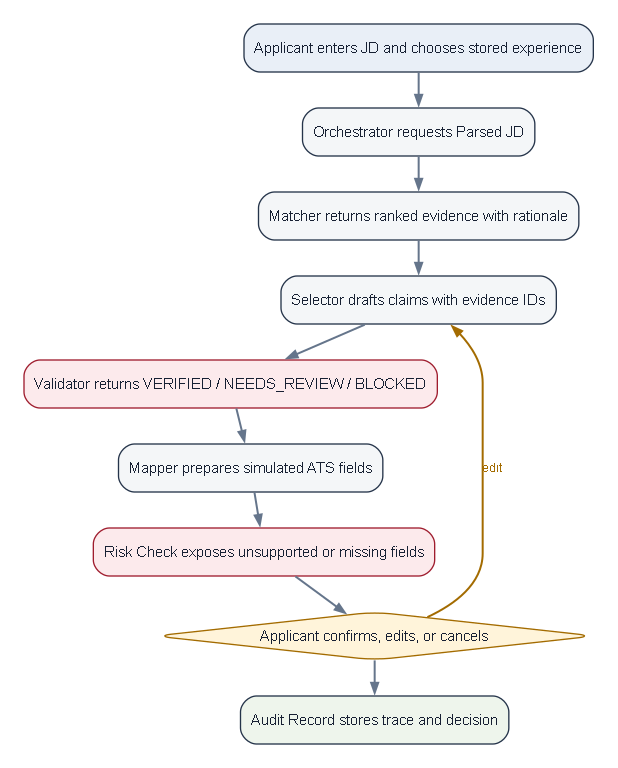
Earlier version of the Graphviz export docs/diagrams/sequence.png (yinzzzzz007-code/applyguard). Its source is kept beside it as docs/diagrams/sequence.dot. Its diagram source:
```dot
digraph Sequence {
  graph [rankdir=TB, bgcolor="#FFFFFF", pad="0.25", nodesep="0.3", ranksep="0.35", fontname="Arial"];
  node [shape=box, style="rounded,filled", fontname="Arial", fontsize=11, color="#25344A", fillcolor="#F4F6F8", fontcolor="#172033"];
  edge [color="#65758B", penwidth=1.5, arrowsize=0.75, fontname="Arial", fontsize=10];
  start [label="Applicant enters JD and chooses stored experience", fillcolor="#E9EFF7"];
  parse [label="Orchestrator requests Parsed JD"];
  match [label="Matcher returns ranked evidence with rationale"];
  draft [label="Selector drafts claims with evidence IDs"];
  verify [label="Validator returns VERIFIED / NEEDS_REVIEW / BLOCKED", fillcolor="#FCEAEC", color="#9F1D2E"];
  map [label="Mapper prepares simulated ATS fields"];
  check [label="Risk Check exposes unsupported or missing fields", fillcolor="#FCEAEC", color="#9F1D2E"];
  decision [label="Applicant confirms, edits, or cancels", shape=diamond, fillcolor="#FFF4DA", color="#A36B00"];
  audit [label="Audit Record stores trace and decision", fillcolor="#EEF5EC"];
  start -> parse -> match -> draft -> verify -> map -> check -> decision -> audit;
  decision -> draft [label="edit", color="#A36B00", fontcolor="#A36B00"];
}
```
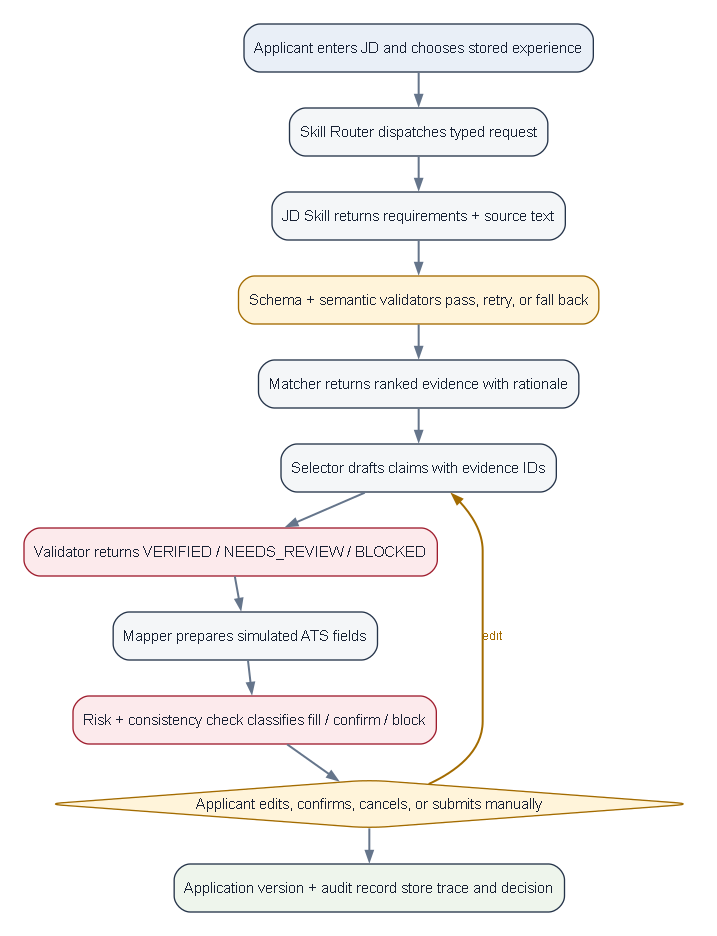
After the change.

Diff of the diagram source:
```diff
@@ -3,14 +3,16 @@
   node [shape=box, style="rounded,filled", fontname="Arial", fontsize=11, color="#25344A", fillcolor="#F4F6F8", fontcolor="#172033"];
   edge [color="#65758B", penwidth=1.5, arrowsize=0.75, fontname="Arial", fontsize=10];
   start [label="Applicant enters JD and chooses stored experience", fillcolor="#E9EFF7"];
-  parse [label="Orchestrator requests Parsed JD"];
+  route [label="Skill Router dispatches typed request"];
+  parse [label="JD Skill returns requirements + source text"];
+  validate [label="Schema + semantic validators pass, retry, or fall back", fillcolor="#FFF4DA", color="#A36B00"];
   match [label="Matcher returns ranked evidence with rationale"];
   draft [label="Selector drafts claims with evidence IDs"];
   verify [label="Validator returns VERIFIED / NEEDS_REVIEW / BLOCKED", fillcolor="#FCEAEC", color="#9F1D2E"];
   map [label="Mapper prepares simulated ATS fields"];
-  check [label="Risk Check exposes unsupported or missing fields", fillcolor="#FCEAEC", color="#9F1D2E"];
-  decision [label="Applicant confirms, edits, or cancels", shape=diamond, fillcolor="#FFF4DA", color="#A36B00"];
-  audit [label="Audit Record stores trace and decision", fillcolor="#EEF5EC"];
-  start -> parse -> match -> draft -> verify -> map -> check -> decision -> audit;
+  check [label="Risk + consistency check classifies fill / confirm / block", fillcolor="#FCEAEC", color="#9F1D2E"];
+  decision [label="Applicant edits, confirms, cancels, or submits manually", shape=diamond, fillcolor="#FFF4DA", color="#A36B00"];
+  audit [label="Application version + audit record store trace and decision", fillcolor="#EEF5EC"];
+  start -> route -> parse -> validate -> match -> draft -> verify -> map -> check -> decision -> audit;
   decision -> draft [label="edit", color="#A36B00", fontcolor="#A36B00"];
 }
```
